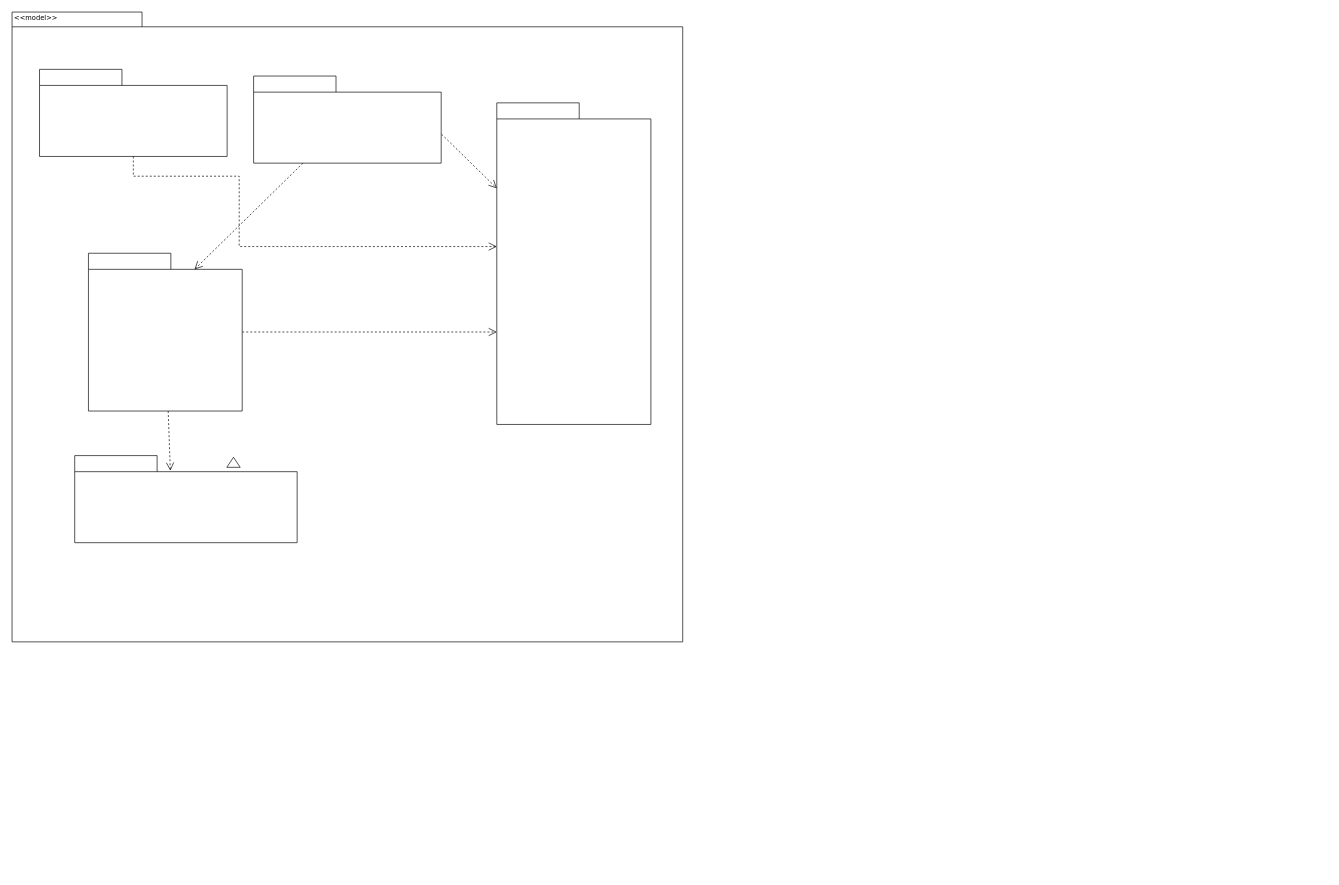
Earlier version of the draw.io diagram files/projeto.drawio (robert22alves/projeto_mc322). Source tidied: cells renumbered, new cells numbered last; positions are measured from the earlier drawing's top-left corner, leaving out a move shared by most shapes. Both pictures are drawn from the tidied source at 67%, with x=0, y=0 at pixel (11, 11).
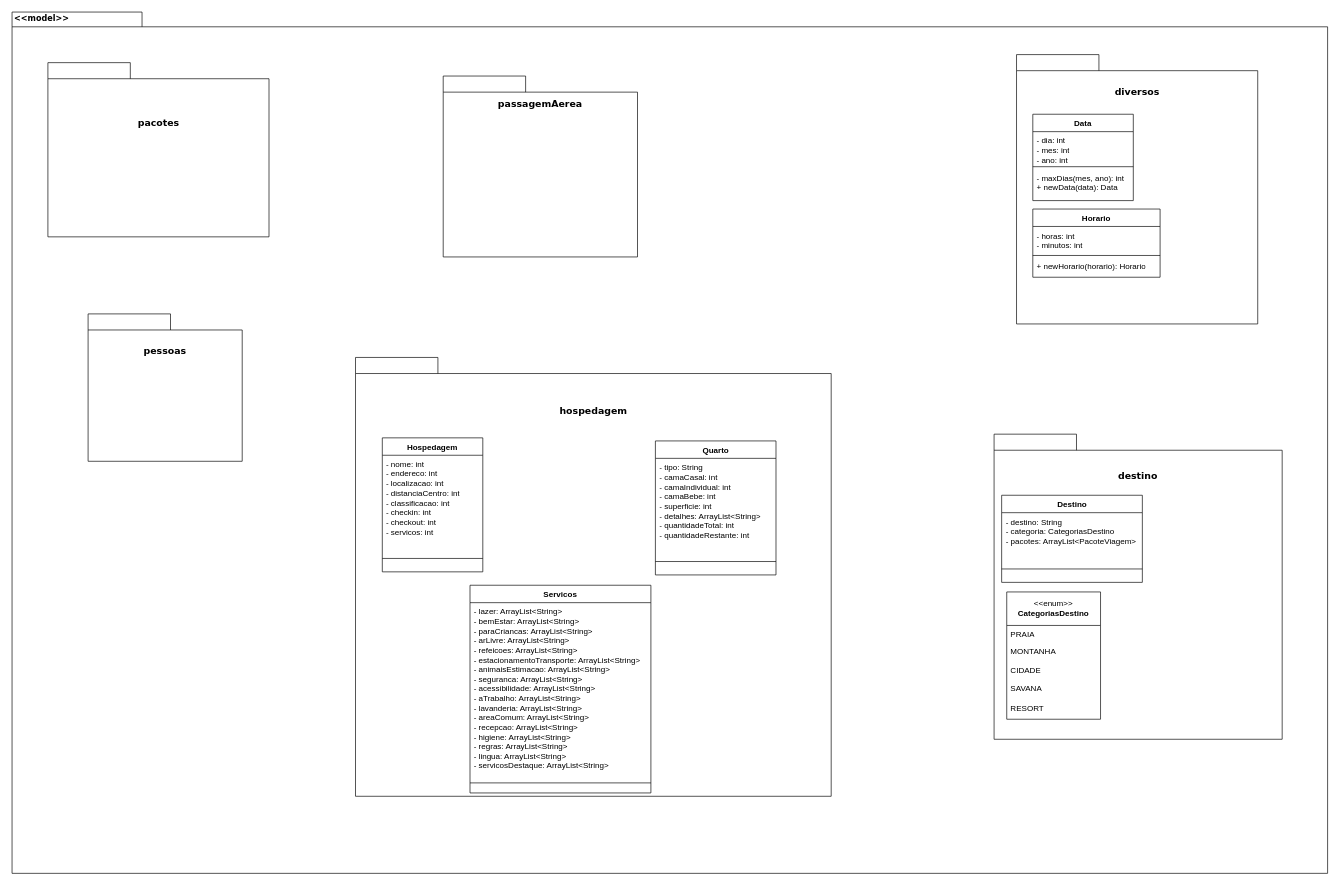
The same diagram, later.

The edit, as a diff of the source:
```diff
@@
     <mxCell id="2" style="shape=folder;fontStyle=1;spacingTop=10;tabWidth=194;tabHeight=22;tabPosition=left;html=1;rounded=0;shadow=0;comic=0;labelBackgroundColor=none;strokeWidth=1;fillColor=none;fontFamily=Verdana;fontSize=10;align=center;" parent="1" vertex="1">
-      <mxGeometry x="0.5" y="0.5" width="1001" height="940" as="geometry" />
+      <mxGeometry x="0.5" y="0.5" width="1963.5" height="1285.5" as="geometry" />
     </mxCell>
     <mxCell id="3" style="group;" parent="1" vertex="1">
-      <mxGeometry x="41.5" y="86" width="280" height="130" as="geometry" />
+      <mxGeometry x="54" y="76" width="330" height="260" as="geometry" />
     </mxCell>
     <mxCell id="4" style="shape=folder;fontStyle=1;spacingTop=10;tabWidth=123;tabHeight=24;tabPosition=left;html=1;rounded=0;shadow=0;comic=0;labelBackgroundColor=none;strokeWidth=1;fontFamily=Verdana;fontSize=10;align=center;" parent="3" vertex="1">
-      <mxGeometry width="280" height="130" as="geometry" />
+      <mxGeometry width="330" height="260" as="geometry" />
     </mxCell>
+    <mxCell id="19" value="&lt;font face=&quot;Verdana&quot; style=&quot;font-size: 14px;&quot;&gt;&lt;b&gt;pacotes&lt;/b&gt;&lt;/font&gt;" style="text;html=1;strokeColor=none;fillColor=none;align=center;verticalAlign=middle;whiteSpace=wrap;rounded=0;" parent="3" vertex="1">
+      <mxGeometry x="129.6" y="60" width="70.7" height="60" as="geometry" />
+    </mxCell>
     <mxCell id="5" style="group;" parent="1" vertex="1">
-      <mxGeometry x="361" y="96" width="280" height="130" as="geometry" />
+      <mxGeometry x="644" y="96" width="290" height="270" as="geometry" />
     </mxCell>
     <mxCell id="6" style="shape=folder;fontStyle=1;spacingTop=10;tabWidth=123;tabHeight=24;tabPosition=left;html=1;rounded=0;shadow=0;comic=0;labelBackgroundColor=none;strokeWidth=1;fontFamily=Verdana;fontSize=10;align=center;" parent="5" vertex="1">
-      <mxGeometry width="280" height="130" as="geometry" />
+      <mxGeometry width="290" height="270" as="geometry" />
     </mxCell>
+    <mxCell id="20" value="&lt;font face=&quot;Verdana&quot; style=&quot;font-size: 14px;&quot;&gt;&lt;b&gt;passagemAerea&lt;/b&gt;&lt;/font&gt;" style="text;html=1;strokeColor=none;fillColor=none;align=center;verticalAlign=middle;whiteSpace=wrap;rounded=0;" parent="5" vertex="1">
+      <mxGeometry x="113.9" y="10" width="62.1" height="62.3" as="geometry" />
+    </mxCell>
     <mxCell id="7" style="group;" parent="1" vertex="1">
-      <mxGeometry x="724" y="136" width="230" height="480" as="geometry" />
+      <mxGeometry x="1484" y="96" width="375.6" height="370" as="geometry" />
     </mxCell>
     <mxCell id="8" style="group;" parent="7" vertex="1">
-      <mxGeometry width="230" height="480" as="geometry" />
+      <mxGeometry width="375.6" height="370" as="geometry" />
     </mxCell>
     <mxCell id="9" style="shape=folder;fontStyle=1;spacingTop=10;tabWidth=123;tabHeight=24;tabPosition=left;html=1;rounded=0;shadow=0;comic=0;labelBackgroundColor=none;strokeWidth=1;fontFamily=Verdana;fontSize=10;align=center;" parent="8" vertex="1">
-      <mxGeometry width="230" height="480" as="geometry" />
+      <mxGeometry x="15.7" y="-32" width="360" height="402" as="geometry" />
     </mxCell>
-    <mxCell id="10" style="edgeStyle=none;rounded=0;html=1;entryX=0.43;entryY=0.173;entryPerimeter=0;dashed=1;labelBackgroundColor=none;startFill=0;endArrow=open;endFill=0;endSize=10;fontFamily=Verdana;fontSize=10;" parent="1" edge="1" source="12" target="13">
-      <mxGeometry relative="1" as="geometry" />
-    </mxCell>
-    <mxCell id="11" style="edgeStyle=elbowEdgeStyle;rounded=0;html=1;dashed=1;labelBackgroundColor=none;startFill=0;endArrow=open;endFill=0;endSize=10;fontFamily=Verdana;fontSize=10;elbow=vertical;" parent="1" edge="1" source="12" target="9">
-      <mxGeometry relative="1" as="geometry" />
-    </mxCell>
-    <mxCell id="12" style="shape=folder;fontStyle=1;spacingTop=10;tabWidth=123;tabHeight=24;tabPosition=left;html=1;rounded=0;shadow=0;comic=0;labelBackgroundColor=none;strokeColor=#000000;strokeWidth=1;fillColor=#ffffff;fontFamily=Verdana;fontSize=10;fontColor=#000000;align=center;" parent="1" vertex="1">
-      <mxGeometry x="114.5" y="360.5" width="229.5" height="235.5" as="geometry" />
-    </mxCell>
-    <mxCell id="13" style="shape=folder;fontStyle=1;spacingTop=10;tabWidth=123;tabHeight=24;tabPosition=left;html=1;rounded=0;shadow=0;comic=0;labelBackgroundColor=none;strokeWidth=1;fontFamily=Verdana;fontSize=10;align=center;" parent="1" vertex="1">
-      <mxGeometry x="94" y="662.5" width="332" height="130" as="geometry" />
-    </mxCell>
-    <mxCell id="14" style="triangle;whiteSpace=wrap;html=1;rounded=0;shadow=0;comic=0;labelBackgroundColor=none;strokeWidth=1;fontFamily=Verdana;fontSize=10;align=center;rotation=-90;" parent="1" vertex="1">
-      <mxGeometry x="323.5" y="662.5" width="15" height="20" as="geometry" />
-    </mxCell>
-    <mxCell id="15" style="edgeStyle=none;rounded=0;html=1;entryX=0.69;entryY=0.102;entryPerimeter=0;dashed=1;labelBackgroundColor=none;startFill=0;endArrow=open;endFill=0;endSize=10;fontFamily=Verdana;fontSize=10;" parent="1" edge="1" source="6" target="12">
-      <mxGeometry relative="1" as="geometry" />
-    </mxCell>
-    <mxCell id="16" style="edgeStyle=none;rounded=0;html=1;dashed=1;labelBackgroundColor=none;startFill=0;endArrow=open;endFill=0;endSize=10;fontFamily=Verdana;fontSize=10;exitX=1.002;exitY=0.668;exitPerimeter=0;" parent="1" edge="1" source="6" target="9">
-      <mxGeometry relative="1" as="geometry" />
-    </mxCell>
-    <mxCell id="17" style="edgeStyle=orthogonalEdgeStyle;rounded=0;html=1;dashed=1;labelBackgroundColor=none;startFill=0;endArrow=open;endFill=0;endSize=10;fontFamily=Verdana;fontSize=10;" parent="1" edge="1" source="4" target="9">
-      <mxGeometry relative="1" as="geometry">
-        <Array as="points">
-          <mxPoint x="339.5" y="245.5" />
-          <mxPoint x="339.5" y="350.5" />
-        </Array>
-      </mxGeometry>
-    </mxCell>
+    <mxCell id="21" value="&lt;font face=&quot;Verdana&quot; style=&quot;font-size: 14px;&quot;&gt;&lt;b&gt;diversos&lt;/b&gt;&lt;/font&gt;" style="text;html=1;strokeColor=none;fillColor=none;align=center;verticalAlign=middle;whiteSpace=wrap;rounded=0;" parent="8" vertex="1">
+      <mxGeometry x="148.7" width="93.9" height="47" as="geometry" />
+    </mxCell>
+    <mxCell id="22" value="Horario" style="swimlane;fontStyle=1;align=center;verticalAlign=top;horizontal=1;startSize=26;whiteSpace=wrap;html=1;" parent="8" vertex="1">
+      <mxGeometry x="40" y="198.5" width="190" height="101.8" as="geometry" />
+    </mxCell>
+    <mxCell id="23" value="- horas: int&lt;br&gt;- minutos: int" style="text;strokeColor=none;fillColor=none;align=left;verticalAlign=top;spacingLeft=4;spacingRight=4;overflow=hidden;whiteSpace=wrap;html=1;" parent="22" vertex="1">
+      <mxGeometry y="26" width="190" height="39.7" as="geometry" />
+    </mxCell>
+    <mxCell id="24" style="line;strokeWidth=1;fillColor=none;align=left;verticalAlign=middle;spacingTop=-1;spacingLeft=3;spacingRight=3;labelPosition=right;strokeColor=inherit;" parent="22" vertex="1">
+      <mxGeometry y="65.7" width="190" height="7.2" as="geometry" />
+    </mxCell>
+    <mxCell id="25" value="+ newHorario(horario): Horario" style="text;strokeColor=none;fillColor=none;align=left;verticalAlign=top;spacingLeft=4;spacingRight=4;overflow=hidden;whiteSpace=wrap;html=1;" parent="22" vertex="1">
+      <mxGeometry y="72.9" width="190" height="28.9" as="geometry" />
+    </mxCell>
+    <mxCell id="26" value="Data" style="swimlane;fontStyle=1;align=center;verticalAlign=top;horizontal=1;startSize=26;whiteSpace=wrap;html=1;" parent="8" vertex="1">
+      <mxGeometry x="40" y="57" width="150" height="128.9" as="geometry" />
+    </mxCell>
+    <mxCell id="27" value="- dia: int&lt;br&gt;- mes: int&lt;br&gt;- ano: int" style="text;strokeColor=none;fillColor=none;align=left;verticalAlign=top;spacingLeft=4;spacingRight=4;overflow=hidden;whiteSpace=wrap;html=1;" parent="26" vertex="1">
+      <mxGeometry y="26" width="150" height="48.7" as="geometry" />
+    </mxCell>
+    <mxCell id="28" style="line;strokeWidth=1;fillColor=none;align=left;verticalAlign=middle;spacingTop=-1;spacingLeft=3;spacingRight=3;labelPosition=right;strokeColor=inherit;" parent="26" vertex="1">
+      <mxGeometry y="74.7" width="150" height="7.2" as="geometry" />
+    </mxCell>
+    <mxCell id="29" value="- maxDias(mes, ano): int&lt;br&gt;+ newData(data): Data" style="text;strokeColor=none;fillColor=none;align=left;verticalAlign=top;spacingLeft=4;spacingRight=4;overflow=hidden;whiteSpace=wrap;html=1;" parent="26" vertex="1">
+      <mxGeometry y="82" width="150" height="46.9" as="geometry" />
+    </mxCell>
-    <mxCell id="18" value="&amp;lt;&amp;lt;model&amp;gt;&amp;gt;" style="text;html=1;align=left;verticalAlign=top;spacingTop=-4;fontSize=10;fontFamily=Verdana;" parent="1" vertex="1">
+    <mxCell id="18" value="&lt;b&gt;&lt;font style=&quot;font-size: 12px;&quot;&gt;&amp;lt;&amp;lt;model&amp;gt;&amp;gt;&lt;/font&gt;&lt;/b&gt;" style="text;html=1;align=left;verticalAlign=top;spacingTop=-4;fontSize=10;fontFamily=Verdana;" parent="1" vertex="1">
       <mxGeometry x="1.5" y="0.5" width="130" height="20" as="geometry" />
     </mxCell>
+    <mxCell id="30" style="group;" parent="1" vertex="1">
+      <mxGeometry x="1447.5" y="666" width="448.7" height="460" as="geometry" />
+    </mxCell>
+    <mxCell id="31" style="group;" parent="30" vertex="1">
+      <mxGeometry width="448.7" height="460" as="geometry" />
+    </mxCell>
+    <mxCell id="32" style="shape=folder;fontStyle=1;spacingTop=10;tabWidth=123;tabHeight=24;tabPosition=left;html=1;rounded=0;shadow=0;comic=0;labelBackgroundColor=none;strokeWidth=1;fontFamily=Verdana;fontSize=10;align=center;" parent="31" vertex="1">
+      <mxGeometry x="18.7" y="-35.5" width="430" height="455.4" as="geometry" />
+    </mxCell>
+    <mxCell id="33" value="&lt;font face=&quot;Verdana&quot; style=&quot;font-size: 14px;&quot;&gt;&lt;b&gt;destino&lt;/b&gt;&lt;/font&gt;" style="text;html=1;strokeColor=none;fillColor=none;align=center;verticalAlign=middle;whiteSpace=wrap;rounded=0;" parent="31" vertex="1">
+      <mxGeometry x="177.6" width="112.2" height="53.2" as="geometry" />
+    </mxCell>
+    <mxCell id="34" value="Destino" style="swimlane;fontStyle=1;align=center;verticalAlign=top;horizontal=1;startSize=26;whiteSpace=wrap;html=1;" parent="31" vertex="1">
+      <mxGeometry x="30" y="55.7" width="210" height="130" as="geometry" />
+    </mxCell>
+    <mxCell id="35" value="- destino: String&lt;br&gt;- categoria: CategoriasDestino&lt;br&gt;- pacotes: ArrayList&amp;lt;PacoteViagem&amp;gt;" style="text;strokeColor=none;fillColor=none;align=left;verticalAlign=top;spacingLeft=4;spacingRight=4;overflow=hidden;whiteSpace=wrap;html=1;" parent="34" vertex="1">
+      <mxGeometry y="26" width="210" height="64" as="geometry" />
+    </mxCell>
+    <mxCell id="36" style="line;strokeWidth=1;fillColor=none;align=left;verticalAlign=middle;spacingTop=-1;spacingLeft=3;spacingRight=3;labelPosition=right;strokeColor=inherit;" parent="34" vertex="1">
+      <mxGeometry y="90" width="210" height="40" as="geometry" />
+    </mxCell>
+    <mxCell id="37" value="&amp;lt;&amp;lt;enum&amp;gt;&amp;gt;&lt;br&gt;&lt;b&gt;CategoriasDestino&lt;/b&gt;" style="swimlane;fontStyle=0;horizontal=1;startSize=50;fillColor=none;whiteSpace=wrap;html=1;" parent="31" vertex="1">
+      <mxGeometry x="37.6" y="200" width="140" height="190" as="geometry" />
+    </mxCell>
+    <mxCell id="38" value="PRAIA" style="text;strokeColor=none;fillColor=none;align=left;verticalAlign=top;spacingLeft=4;spacingRight=4;overflow=hidden;whiteSpace=wrap;html=1;" parent="37" vertex="1">
+      <mxGeometry y="50" width="140" height="24.5" as="geometry" />
+    </mxCell>
+    <mxCell id="39" value="MONTANHA" style="text;strokeColor=none;fillColor=none;align=left;verticalAlign=top;spacingLeft=4;spacingRight=4;overflow=hidden;whiteSpace=wrap;html=1;" parent="37" vertex="1">
+      <mxGeometry y="74.5" width="140" height="29" as="geometry" />
+    </mxCell>
+    <mxCell id="40" value="CIDADE" style="text;strokeColor=none;fillColor=none;align=left;verticalAlign=top;spacingLeft=4;spacingRight=4;overflow=hidden;whiteSpace=wrap;html=1;" parent="37" vertex="1">
+      <mxGeometry y="103.5" width="140" height="26.5" as="geometry" />
+    </mxCell>
+    <mxCell id="41" value="SAVANA" style="text;strokeColor=none;fillColor=none;align=left;verticalAlign=top;spacingLeft=4;spacingRight=4;overflow=hidden;whiteSpace=wrap;html=1;" parent="37" vertex="1">
+      <mxGeometry y="130" width="140" height="30" as="geometry" />
+    </mxCell>
+    <mxCell id="42" value="RESORT" style="text;strokeColor=none;fillColor=none;align=left;verticalAlign=top;spacingLeft=4;spacingRight=4;overflow=hidden;whiteSpace=wrap;html=1;" parent="37" vertex="1">
+      <mxGeometry y="160" width="140" height="30" as="geometry" />
+    </mxCell>
+    <mxCell id="43" style="group;" parent="1" vertex="1">
+      <mxGeometry x="494" y="556" width="710" height="655" as="geometry" />
+    </mxCell>
+    <mxCell id="44" style="group;" parent="43" vertex="1">
+      <mxGeometry y="-10" width="710" height="655" as="geometry" />
+    </mxCell>
+    <mxCell id="45" style="shape=folder;fontStyle=1;spacingTop=10;tabWidth=123;tabHeight=24;tabPosition=left;html=1;rounded=0;shadow=0;comic=0;labelBackgroundColor=none;strokeWidth=1;fontFamily=Verdana;fontSize=10;align=center;" parent="44" vertex="1">
+      <mxGeometry x="19.1" y="-30" width="710" height="655" as="geometry" />
+    </mxCell>
+    <mxCell id="46" value="&lt;font face=&quot;Verdana&quot; style=&quot;font-size: 14px;&quot;&gt;&lt;b&gt;hospedagem&lt;/b&gt;&lt;/font&gt;" style="text;html=1;strokeColor=none;fillColor=none;align=center;verticalAlign=middle;whiteSpace=wrap;rounded=0;" parent="44" vertex="1">
+      <mxGeometry x="281.5" y="5.2" width="185.2" height="89.3" as="geometry" />
+    </mxCell>
+    <mxCell id="47" value="Hospedagem" style="swimlane;fontStyle=1;align=center;verticalAlign=top;horizontal=1;startSize=26;whiteSpace=wrap;html=1;" parent="44" vertex="1">
+      <mxGeometry x="59.1" y="90" width="150" height="200" as="geometry" />
+    </mxCell>
+    <mxCell id="48" value="- nome: int&lt;br&gt;- endereco: int&lt;br&gt;- localizacao: int&lt;br&gt;- distanciaCentro: int&lt;br style=&quot;border-color: var(--border-color);&quot;&gt;- classificacao: int&lt;br style=&quot;border-color: var(--border-color);&quot;&gt;- checkin: int&lt;br&gt;- checkout: int&lt;br&gt;- servicos: int" style="text;strokeColor=none;fillColor=none;align=left;verticalAlign=top;spacingLeft=4;spacingRight=4;overflow=hidden;whiteSpace=wrap;html=1;" parent="47" vertex="1">
+      <mxGeometry y="26" width="150" height="134" as="geometry" />
+    </mxCell>
+    <mxCell id="49" style="line;strokeWidth=1;fillColor=none;align=left;verticalAlign=middle;spacingTop=-1;spacingLeft=3;spacingRight=3;labelPosition=right;strokeColor=inherit;" parent="47" vertex="1">
+      <mxGeometry y="160" width="150" height="40" as="geometry" />
+    </mxCell>
+    <mxCell id="50" value="Quarto" style="swimlane;fontStyle=1;align=center;verticalAlign=top;horizontal=1;startSize=26;whiteSpace=wrap;html=1;" parent="44" vertex="1">
+      <mxGeometry x="466.7" y="94.6" width="180" height="200" as="geometry" />
+    </mxCell>
+    <mxCell id="51" value="- tipo: String&lt;br style=&quot;border-color: var(--border-color);&quot;&gt;- camaCasal: int&lt;br style=&quot;border-color: var(--border-color);&quot;&gt;- camaIndividual: int&lt;br style=&quot;border-color: var(--border-color);&quot;&gt;- camaBebe: int&lt;br style=&quot;border-color: var(--border-color);&quot;&gt;- superficie: int&lt;br style=&quot;border-color: var(--border-color);&quot;&gt;- detalhes: ArrayList&amp;lt;String&amp;gt;&lt;br&gt;- quantidadeTotal: int&lt;br&gt;- quantidadeRestante: int" style="text;strokeColor=none;fillColor=none;align=left;verticalAlign=top;spacingLeft=4;spacingRight=4;overflow=hidden;whiteSpace=wrap;html=1;" parent="50" vertex="1">
+      <mxGeometry y="26" width="180" height="134" as="geometry" />
+    </mxCell>
+    <mxCell id="52" style="line;strokeWidth=1;fillColor=none;align=left;verticalAlign=middle;spacingTop=-1;spacingLeft=3;spacingRight=3;labelPosition=right;strokeColor=inherit;" parent="50" vertex="1">
+      <mxGeometry y="160" width="180" height="40" as="geometry" />
+    </mxCell>
+    <mxCell id="53" value="Servicos" style="swimlane;fontStyle=1;align=center;verticalAlign=top;horizontal=1;startSize=26;whiteSpace=wrap;html=1;" parent="44" vertex="1">
+      <mxGeometry x="190" y="310" width="270" height="310" as="geometry" />
+    </mxCell>
+    <mxCell id="54" value="- lazer: ArrayList&amp;lt;String&amp;gt;&lt;br style=&quot;border-color: var(--border-color);&quot;&gt;- bemEstar: ArrayList&amp;lt;String&amp;gt;&lt;br style=&quot;border-color: var(--border-color);&quot;&gt;- paraCriancas: ArrayList&amp;lt;String&amp;gt;&lt;br style=&quot;border-color: var(--border-color);&quot;&gt;- arLivre: ArrayList&amp;lt;String&amp;gt;&lt;br style=&quot;border-color: var(--border-color);&quot;&gt;- refeicoes: ArrayList&amp;lt;String&amp;gt;&lt;br style=&quot;border-color: var(--border-color);&quot;&gt;- estacionamentoTransporte: ArrayList&amp;lt;String&amp;gt;&lt;br style=&quot;border-color: var(--border-color);&quot;&gt;- animaisEstimacao: ArrayList&amp;lt;String&amp;gt;&lt;br style=&quot;border-color: var(--border-color);&quot;&gt;- seguranca: ArrayList&amp;lt;String&amp;gt;&lt;br style=&quot;border-color: var(--border-color);&quot;&gt;- acessibilidade: ArrayList&amp;lt;String&amp;gt;&lt;br style=&quot;border-color: var(--border-color);&quot;&gt;- aTrabalho: ArrayList&amp;lt;String&amp;gt;&lt;br style=&quot;border-color: var(--border-color);&quot;&gt;- lavanderia: ArrayList&amp;lt;String&amp;gt;&lt;br style=&quot;border-color: var(--border-color);&quot;&gt;- areaComum: ArrayList&amp;lt;String&amp;gt;&lt;br style=&quot;border-color: var(--border-color);&quot;&gt;- recepcao: ArrayList&amp;lt;String&amp;gt;&lt;br style=&quot;border-color: var(--border-color);&quot;&gt;- higiene: ArrayList&amp;lt;String&amp;gt;&lt;br style=&quot;border-color: var(--border-color);&quot;&gt;- regras: ArrayList&amp;lt;String&amp;gt;&lt;br style=&quot;border-color: var(--border-color);&quot;&gt;- lingua: ArrayList&amp;lt;String&amp;gt;&lt;br style=&quot;border-color: var(--border-color);&quot;&gt;- servicosDestaque: ArrayList&amp;lt;String&amp;gt;" style="text;strokeColor=none;fillColor=none;align=left;verticalAlign=top;spacingLeft=4;spacingRight=4;overflow=hidden;whiteSpace=wrap;html=1;" parent="53" vertex="1">
+      <mxGeometry y="26" width="270" height="254" as="geometry" />
+    </mxCell>
+    <mxCell id="55" style="line;strokeWidth=1;fillColor=none;align=left;verticalAlign=middle;spacingTop=-1;spacingLeft=3;spacingRight=3;labelPosition=right;strokeColor=inherit;" parent="53" vertex="1">
+      <mxGeometry y="280" width="270" height="30" as="geometry" />
+    </mxCell>
+    <mxCell id="56" style="group;" parent="1" vertex="1">
+      <mxGeometry x="104" y="471" width="230" height="220" as="geometry" />
+    </mxCell>
+    <mxCell id="57" style="group;" parent="56" vertex="1">
+      <mxGeometry width="230" height="220" as="geometry" />
+    </mxCell>
+    <mxCell id="58" style="shape=folder;fontStyle=1;spacingTop=10;tabWidth=123;tabHeight=24;tabPosition=left;html=1;rounded=0;shadow=0;comic=0;labelBackgroundColor=none;strokeWidth=1;fontFamily=Verdana;fontSize=10;align=center;" parent="57" vertex="1">
+      <mxGeometry x="10" y="-20" width="230" height="220" as="geometry" />
+    </mxCell>
+    <mxCell id="59" value="&lt;font face=&quot;Verdana&quot; style=&quot;font-size: 14px;&quot;&gt;&lt;b&gt;pessoas&lt;/b&gt;&lt;/font&gt;" style="text;html=1;strokeColor=none;fillColor=none;align=center;verticalAlign=middle;whiteSpace=wrap;rounded=0;" parent="57" vertex="1">
+      <mxGeometry x="95" y="20" width="60" height="30" as="geometry" />
+    </mxCell>
```
